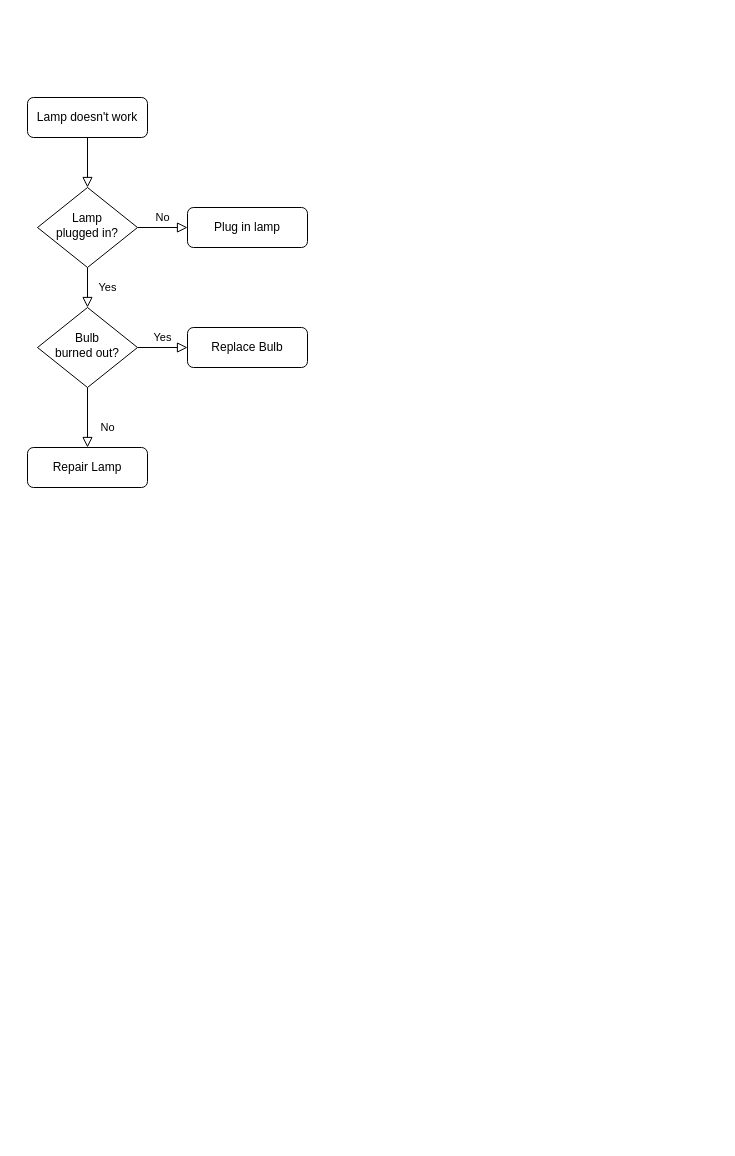
This is Diagrama sin título.drawio from RoyJavierQ/G3B_SEP1_12024, a draw.io file, before an edit. Source tidied: cells renumbered, new cells numbered last; positions are measured from the earlier drawing's top-left corner, leaving out a move shared by most shapes. Both pictures are drawn from the tidied source at 100%, with x=0, y=0 at pixel (27, 97). Pictures stored in the file or linked from it are replaced by grey dashed boxes.
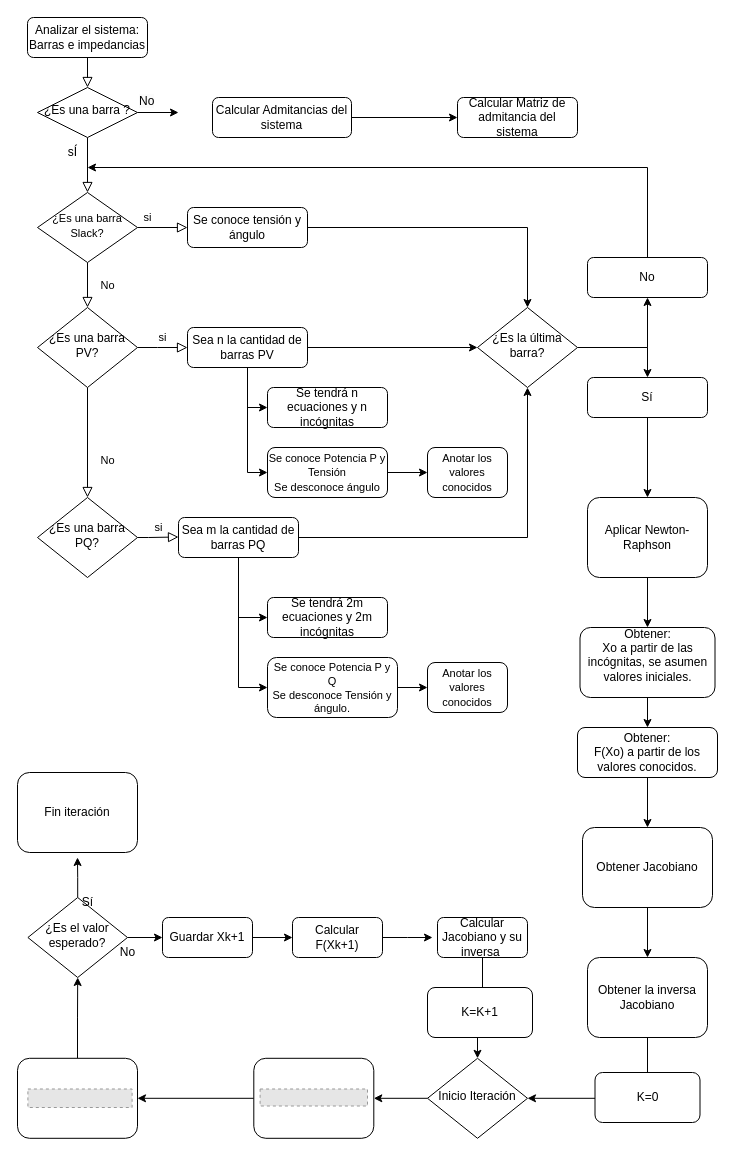
After the change.

Diff of the diagram source:
```diff
@@
-    <mxCell id="2" style="rounded=0;html=1;jettySize=auto;fontSize=11;endArrow=block;endFill=0;endSize=8;strokeWidth=1;shadow=0;labelBackgroundColor=none;edgeStyle=orthogonalEdgeStyle;" parent="1" edge="1" source="3" target="6">
+    <mxCell id="2" style="rounded=0;html=1;jettySize=auto;fontSize=11;endArrow=block;endFill=0;endSize=8;strokeWidth=1;shadow=0;labelBackgroundColor=none;edgeStyle=orthogonalEdgeStyle;" parent="1" edge="1" source="40" target="6">
       <mxGeometry relative="1" as="geometry" />
     </mxCell>
-    <mxCell id="3" value="Lamp doesn't work" style="rounded=1;whiteSpace=wrap;html=1;fontSize=12;glass=0;strokeWidth=1;shadow=0;" parent="1" vertex="1">
-      <mxGeometry width="120" height="40" as="geometry" />
+    <mxCell id="3" value="Analizar el sistema:&lt;div&gt;Barras e impedancias&lt;/div&gt;" style="rounded=1;whiteSpace=wrap;html=1;fontSize=12;glass=0;strokeWidth=1;shadow=0;" parent="1" vertex="1">
+      <mxGeometry y="-80" width="120" height="40" as="geometry" />
     </mxCell>
-    <mxCell id="4" value="Yes" style="rounded=0;html=1;jettySize=auto;fontSize=11;endArrow=block;endFill=0;endSize=8;strokeWidth=1;shadow=0;labelBackgroundColor=none;edgeStyle=orthogonalEdgeStyle;" parent="1" edge="1" source="6" target="10">
+    <mxCell id="4" value="No" style="rounded=0;html=1;jettySize=auto;fontSize=11;endArrow=block;endFill=0;endSize=8;strokeWidth=1;shadow=0;labelBackgroundColor=none;edgeStyle=orthogonalEdgeStyle;" parent="1" edge="1" source="6" target="10">
       <mxGeometry y="20" relative="1" as="geometry" />
     </mxCell>
-    <mxCell id="5" value="No" style="edgeStyle=orthogonalEdgeStyle;rounded=0;html=1;jettySize=auto;fontSize=11;endArrow=block;endFill=0;endSize=8;strokeWidth=1;shadow=0;labelBackgroundColor=none;" parent="1" edge="1" source="6" target="7">
-      <mxGeometry y="10" relative="1" as="geometry" />
+    <mxCell id="5" value="si" style="edgeStyle=orthogonalEdgeStyle;rounded=0;html=1;jettySize=auto;fontSize=11;endArrow=block;endFill=0;endSize=8;strokeWidth=1;shadow=0;labelBackgroundColor=none;" parent="1" edge="1" source="6" target="7">
+      <mxGeometry x="-0.6" y="10" relative="1" as="geometry" />
     </mxCell>
-    <mxCell id="6" value="Lamp&lt;br&gt;plugged in?" style="rhombus;whiteSpace=wrap;html=1;shadow=0;fontFamily=Helvetica;fontSize=12;align=center;strokeWidth=1;spacing=6;spacingTop=-4;" parent="1" vertex="1">
-      <mxGeometry x="10" y="90" width="100" height="80" as="geometry" />
+    <mxCell id="6" value="&lt;font style=&quot;font-size: 11px;&quot;&gt;¿Es una barra Slack?&lt;/font&gt;" style="rhombus;whiteSpace=wrap;html=1;shadow=0;fontFamily=Helvetica;fontSize=12;align=center;strokeWidth=1;spacing=6;spacingTop=-4;" parent="1" vertex="1">
+      <mxGeometry x="10" y="95" width="100" height="70" as="geometry" />
     </mxCell>
+    <mxCell id="13" style="edgeStyle=orthogonalEdgeStyle;rounded=0;jettySize=auto;html=1;entryX=0.5;entryY=0;entryDx=0;entryDy=0;" parent="1" edge="1" source="7" target="37">
+      <mxGeometry relative="1" as="geometry" />
+    </mxCell>
-    <mxCell id="7" value="Plug in lamp" style="rounded=1;whiteSpace=wrap;html=1;fontSize=12;glass=0;strokeWidth=1;shadow=0;" parent="1" vertex="1">
+    <mxCell id="7" value="Se conoce tensión y ángulo" style="rounded=1;whiteSpace=wrap;html=1;fontSize=12;glass=0;strokeWidth=1;shadow=0;" parent="1" vertex="1">
       <mxGeometry x="160" y="110" width="120" height="40" as="geometry" />
     </mxCell>
-    <mxCell id="8" value="No" style="rounded=0;html=1;jettySize=auto;fontSize=11;endArrow=block;endFill=0;endSize=8;strokeWidth=1;shadow=0;labelBackgroundColor=none;edgeStyle=orthogonalEdgeStyle;" parent="1" edge="1" source="10" target="11">
+    <mxCell id="8" value="No" style="rounded=0;html=1;jettySize=auto;fontSize=11;endArrow=block;endFill=0;endSize=8;strokeWidth=1;shadow=0;labelBackgroundColor=none;edgeStyle=orthogonalEdgeStyle;entryX=0.5;entryY=0;entryDx=0;entryDy=0;" parent="1" edge="1" source="10" target="18">
       <mxGeometry x="0.33" y="20" relative="1" as="geometry" />
     </mxCell>
-    <mxCell id="9" value="Yes" style="edgeStyle=orthogonalEdgeStyle;rounded=0;html=1;jettySize=auto;fontSize=11;endArrow=block;endFill=0;endSize=8;strokeWidth=1;shadow=0;labelBackgroundColor=none;" parent="1" edge="1" source="10" target="12">
-      <mxGeometry y="10" relative="1" as="geometry" />
+    <mxCell id="9" value="si" style="edgeStyle=orthogonalEdgeStyle;rounded=0;html=1;jettySize=auto;fontSize=11;endArrow=block;endFill=0;endSize=8;strokeWidth=1;shadow=0;labelBackgroundColor=none;" parent="1" edge="1" source="10" target="12">
+      <mxGeometry y="10" relative="1" as="geometry">
+        <Array as="points">
+          <mxPoint x="130" y="250" />
+          <mxPoint x="130" y="250" />
+        </Array>
+      </mxGeometry>
     </mxCell>
-    <mxCell id="10" value="Bulb&lt;br&gt;burned out?" style="rhombus;whiteSpace=wrap;html=1;shadow=0;fontFamily=Helvetica;fontSize=12;align=center;strokeWidth=1;spacing=6;spacingTop=-4;" parent="1" vertex="1">
+    <mxCell id="10" value="¿Es una barra PV?" style="rhombus;whiteSpace=wrap;html=1;shadow=0;fontFamily=Helvetica;fontSize=12;align=center;strokeWidth=1;spacing=6;spacingTop=-4;" parent="1" vertex="1">
       <mxGeometry x="10" y="210" width="100" height="80" as="geometry" />
     </mxCell>
-    <mxCell id="11" value="Repair Lamp" style="rounded=1;whiteSpace=wrap;html=1;fontSize=12;glass=0;strokeWidth=1;shadow=0;" parent="1" vertex="1">
-      <mxGeometry y="350" width="120" height="40" as="geometry" />
-    </mxCell>
+    <mxCell id="14" style="edgeStyle=orthogonalEdgeStyle;rounded=0;jettySize=auto;html=1;entryX=0;entryY=0.5;entryDx=0;entryDy=0;" parent="1" edge="1" source="12" target="17">
+      <mxGeometry relative="1" as="geometry" />
+    </mxCell>
+    <mxCell id="15" style="edgeStyle=orthogonalEdgeStyle;rounded=0;jettySize=auto;html=1;entryX=0;entryY=0.5;entryDx=0;entryDy=0;" parent="1" edge="1" source="12" target="28">
+      <mxGeometry relative="1" as="geometry" />
+    </mxCell>
+    <mxCell id="16" style="edgeStyle=orthogonalEdgeStyle;rounded=0;jettySize=auto;html=1;entryX=0;entryY=0.5;entryDx=0;entryDy=0;" parent="1" edge="1" source="12" target="37">
+      <mxGeometry relative="1" as="geometry" />
+    </mxCell>
-    <mxCell id="12" value="Replace Bulb" style="rounded=1;whiteSpace=wrap;html=1;fontSize=12;glass=0;strokeWidth=1;shadow=0;" parent="1" vertex="1">
+    <mxCell id="12" value="Sea n la cantidad de barras PV" style="rounded=1;whiteSpace=wrap;html=1;fontSize=12;glass=0;strokeWidth=1;shadow=0;" parent="1" vertex="1">
       <mxGeometry x="160" y="230" width="120" height="40" as="geometry" />
     </mxCell>
+    <mxCell id="17" value="Se tendrá n ecuaciones y n incógnitas" style="rounded=1;whiteSpace=wrap;html=1;fontSize=12;glass=0;strokeWidth=1;shadow=0;" parent="1" vertex="1">
+      <mxGeometry x="240" y="290" width="120" height="40" as="geometry" />
+    </mxCell>
+    <mxCell id="18" value="¿Es una barra PQ?" style="rhombus;whiteSpace=wrap;html=1;shadow=0;fontFamily=Helvetica;fontSize=12;align=center;strokeWidth=1;spacing=6;spacingTop=-4;" parent="1" vertex="1">
+      <mxGeometry x="10" y="400" width="100" height="80" as="geometry" />
+    </mxCell>
+    <mxCell id="19" value="si" style="edgeStyle=orthogonalEdgeStyle;rounded=0;html=1;jettySize=auto;fontSize=11;endArrow=block;endFill=0;endSize=8;strokeWidth=1;shadow=0;labelBackgroundColor=none;exitX=1;exitY=0.5;exitDx=0;exitDy=0;" parent="1" edge="1" source="18">
+      <mxGeometry y="10" relative="1" as="geometry">
+        <mxPoint x="151" y="439.5" as="targetPoint" />
+        <Array as="points">
+          <mxPoint x="121" y="440" />
+        </Array>
+      </mxGeometry>
+    </mxCell>
+    <mxCell id="20" style="edgeStyle=orthogonalEdgeStyle;rounded=0;jettySize=auto;html=1;entryX=0;entryY=0.5;entryDx=0;entryDy=0;" parent="1" edge="1" source="23" target="24">
+      <mxGeometry relative="1" as="geometry" />
+    </mxCell>
+    <mxCell id="21" style="edgeStyle=orthogonalEdgeStyle;rounded=0;jettySize=auto;html=1;entryX=0;entryY=0.5;entryDx=0;entryDy=0;" parent="1" edge="1" source="23" target="26">
+      <mxGeometry relative="1" as="geometry" />
+    </mxCell>
+    <mxCell id="22" style="edgeStyle=orthogonalEdgeStyle;rounded=0;jettySize=auto;html=1;entryX=0.5;entryY=1;entryDx=0;entryDy=0;" parent="1" edge="1" source="23" target="37">
+      <mxGeometry relative="1" as="geometry" />
+    </mxCell>
+    <mxCell id="23" value="Sea m la cantidad de barras PQ" style="rounded=1;whiteSpace=wrap;html=1;fontSize=12;glass=0;strokeWidth=1;shadow=0;" parent="1" vertex="1">
+      <mxGeometry x="151" y="420" width="120" height="40" as="geometry" />
+    </mxCell>
+    <mxCell id="24" value="Se tendrá 2m ecuaciones y 2m incógnitas" style="rounded=1;whiteSpace=wrap;html=1;fontSize=12;glass=0;strokeWidth=1;shadow=0;" parent="1" vertex="1">
+      <mxGeometry x="240" y="500" width="120" height="40" as="geometry" />
+    </mxCell>
+    <mxCell id="25" style="edgeStyle=orthogonalEdgeStyle;rounded=0;jettySize=auto;html=1;" parent="1" edge="1" source="26" target="49">
+      <mxGeometry relative="1" as="geometry" />
+    </mxCell>
+    <mxCell id="26" value="&lt;font style=&quot;font-size: 11px;&quot;&gt;Se conoce Potencia P y Q&lt;/font&gt;&lt;div style=&quot;font-size: 11px;&quot;&gt;&lt;font style=&quot;font-size: 11px;&quot;&gt;Se desconoce Tensión y ángulo.&lt;/font&gt;&lt;/div&gt;" style="rounded=1;whiteSpace=wrap;html=1;fontSize=12;glass=0;strokeWidth=1;shadow=0;" parent="1" vertex="1">
+      <mxGeometry x="240" y="560" width="130" height="60" as="geometry" />
+    </mxCell>
+    <mxCell id="27" style="edgeStyle=orthogonalEdgeStyle;rounded=0;jettySize=auto;html=1;entryX=0;entryY=0.5;entryDx=0;entryDy=0;" parent="1" edge="1" source="28" target="48">
+      <mxGeometry relative="1" as="geometry" />
+    </mxCell>
+    <mxCell id="28" value="&lt;font style=&quot;font-size: 11px;&quot;&gt;Se conoce Potencia P y Tensión&lt;br&gt;Se desconoce ángulo&lt;/font&gt;" style="rounded=1;whiteSpace=wrap;html=1;fontSize=12;glass=0;strokeWidth=1;shadow=0;" parent="1" vertex="1">
+      <mxGeometry x="240" y="350" width="120" height="50" as="geometry" />
+    </mxCell>
+    <mxCell id="29" style="edgeStyle=orthogonalEdgeStyle;rounded=0;jettySize=auto;html=1;entryX=0.5;entryY=1;entryDx=0;entryDy=0;" parent="1" edge="1" target="32">
+      <mxGeometry relative="1" as="geometry">
+        <mxPoint x="560" y="250" as="sourcePoint" />
+        <Array as="points">
+          <mxPoint x="620" y="250" />
+        </Array>
+      </mxGeometry>
+    </mxCell>
+    <mxCell id="30" style="edgeStyle=orthogonalEdgeStyle;rounded=0;jettySize=auto;html=1;entryX=0.5;entryY=0;entryDx=0;entryDy=0;exitX=1;exitY=0.5;exitDx=0;exitDy=0;" parent="1" edge="1" source="37" target="34">
+      <mxGeometry relative="1" as="geometry" />
+    </mxCell>
+    <mxCell id="31" style="edgeStyle=orthogonalEdgeStyle;rounded=0;jettySize=auto;html=1;" parent="1" edge="1" source="32">
+      <mxGeometry relative="1" as="geometry">
+        <mxPoint x="60" y="70" as="targetPoint" />
+        <Array as="points">
+          <mxPoint x="620" y="70" />
+        </Array>
+      </mxGeometry>
+    </mxCell>
+    <mxCell id="32" value="No" style="rounded=1;whiteSpace=wrap;html=1;fontSize=12;glass=0;strokeWidth=1;shadow=0;" parent="1" vertex="1">
+      <mxGeometry x="560" y="160" width="120" height="40" as="geometry" />
+    </mxCell>
+    <mxCell id="33" style="edgeStyle=orthogonalEdgeStyle;rounded=0;jettySize=auto;html=1;entryX=0.5;entryY=0;entryDx=0;entryDy=0;" parent="1" edge="1" source="34" target="36">
+      <mxGeometry relative="1" as="geometry" />
+    </mxCell>
+    <mxCell id="34" value="Sí" style="rounded=1;whiteSpace=wrap;html=1;fontSize=12;glass=0;strokeWidth=1;shadow=0;" parent="1" vertex="1">
+      <mxGeometry x="560" y="280" width="120" height="40" as="geometry" />
+    </mxCell>
+    <mxCell id="35" style="edgeStyle=orthogonalEdgeStyle;rounded=0;jettySize=auto;html=1;entryX=0.5;entryY=0;entryDx=0;entryDy=0;" parent="1" edge="1" source="36" target="47">
+      <mxGeometry relative="1" as="geometry" />
+    </mxCell>
+    <mxCell id="36" value="Aplicar Newton-Raphson" style="rounded=1;whiteSpace=wrap;html=1;fontSize=12;glass=0;strokeWidth=1;shadow=0;" parent="1" vertex="1">
+      <mxGeometry x="560" y="400" width="120" height="80" as="geometry" />
+    </mxCell>
+    <mxCell id="37" value="¿Es la última barra?" style="rhombus;whiteSpace=wrap;html=1;shadow=0;fontFamily=Helvetica;fontSize=12;align=center;strokeWidth=1;spacing=6;spacingTop=-4;" parent="1" vertex="1">
+      <mxGeometry x="450" y="210" width="100" height="80" as="geometry" />
+    </mxCell>
+    <mxCell id="38" style="rounded=0;html=1;jettySize=auto;fontSize=11;endArrow=block;endFill=0;endSize=8;strokeWidth=1;shadow=0;labelBackgroundColor=none;edgeStyle=orthogonalEdgeStyle;" parent="1" edge="1" source="3" target="40">
+      <mxGeometry relative="1" as="geometry" />
+    </mxCell>
+    <mxCell id="39" style="edgeStyle=orthogonalEdgeStyle;rounded=0;jettySize=auto;html=1;entryX=0;entryY=0.5;entryDx=0;entryDy=0;" parent="1" edge="1" source="40">
+      <mxGeometry relative="1" as="geometry">
+        <mxPoint x="151" y="15" as="targetPoint" />
+      </mxGeometry>
+    </mxCell>
+    <mxCell id="40" value="¿Es una barra ?" style="rhombus;whiteSpace=wrap;html=1;shadow=0;fontFamily=Helvetica;fontSize=12;align=center;strokeWidth=1;spacing=6;spacingTop=-4;" parent="1" vertex="1">
+      <mxGeometry x="10" y="-10" width="100" height="50" as="geometry" />
+    </mxCell>
+    <mxCell id="41" value="sÍ" style="text;html=1;align=center;verticalAlign=middle;strokeColor=none;fillColor=none;" parent="1" vertex="1">
+      <mxGeometry x="30" y="40" width="30" height="30" as="geometry" />
+    </mxCell>
+    <mxCell id="42" style="edgeStyle=orthogonalEdgeStyle;rounded=0;jettySize=auto;html=1;entryX=0;entryY=0.5;entryDx=0;entryDy=0;" parent="1" edge="1" source="43" target="45">
+      <mxGeometry relative="1" as="geometry" />
+    </mxCell>
+    <mxCell id="43" value="Calcular Admitancias del sistema" style="rounded=1;whiteSpace=wrap;html=1;fontSize=12;glass=0;strokeWidth=1;shadow=0;" parent="1" vertex="1">
+      <mxGeometry x="185" width="139" height="40" as="geometry" />
+    </mxCell>
+    <mxCell id="44" value="&lt;span style=&quot;color: rgb(0, 0, 0); font-family: Helvetica; font-size: 12px; font-style: normal; font-variant-ligatures: normal; font-variant-caps: normal; font-weight: 400; letter-spacing: normal; orphans: 2; text-align: center; text-indent: 0px; text-transform: none; widows: 2; word-spacing: 0px; -webkit-text-stroke-width: 0px; white-space: nowrap; background-color: rgb(251, 251, 251); text-decoration-thickness: initial; text-decoration-style: initial; text-decoration-color: initial; display: inline !important; float: none;&quot;&gt;No&lt;/span&gt;" style="text;whiteSpace=wrap;html=1;" parent="1" vertex="1">
+      <mxGeometry x="110" y="-10" width="40" height="40" as="geometry" />
+    </mxCell>
+    <mxCell id="45" value="Calcular Matriz de admitancia del sistema" style="rounded=1;whiteSpace=wrap;html=1;fontSize=12;glass=0;strokeWidth=1;shadow=0;" parent="1" vertex="1">
+      <mxGeometry x="430" width="120" height="40" as="geometry" />
+    </mxCell>
+    <mxCell id="46" style="edgeStyle=orthogonalEdgeStyle;rounded=0;jettySize=auto;html=1;entryX=0.5;entryY=0;entryDx=0;entryDy=0;" parent="1" edge="1" source="47" target="55">
+      <mxGeometry relative="1" as="geometry" />
+    </mxCell>
+    <mxCell id="47" value="&lt;div&gt;Obtener:&lt;/div&gt;Xo a partir de las incógnitas, se asumen valores iniciales.&lt;div&gt;&lt;br&gt;&lt;/div&gt;" style="rounded=1;whiteSpace=wrap;html=1;fontSize=12;glass=0;strokeWidth=1;shadow=0;" parent="1" vertex="1">
+      <mxGeometry x="552.5" y="530" width="135" height="70" as="geometry" />
+    </mxCell>
+    <mxCell id="48" value="&lt;span style=&quot;font-size: 11px;&quot;&gt;Anotar los valores conocidos&lt;/span&gt;" style="rounded=1;whiteSpace=wrap;html=1;fontSize=12;glass=0;strokeWidth=1;shadow=0;" parent="1" vertex="1">
+      <mxGeometry x="400" y="350" width="80" height="50" as="geometry" />
+    </mxCell>
+    <mxCell id="49" value="&lt;span style=&quot;font-size: 11px;&quot;&gt;Anotar los valores conocidos&lt;/span&gt;" style="rounded=1;whiteSpace=wrap;html=1;fontSize=12;glass=0;strokeWidth=1;shadow=0;" parent="1" vertex="1">
+      <mxGeometry x="400" y="565" width="80" height="50" as="geometry" />
+    </mxCell>
+    <mxCell id="50" style="edgeStyle=orthogonalEdgeStyle;rounded=0;jettySize=auto;html=1;entryX=0.5;entryY=0;entryDx=0;entryDy=0;" parent="1" edge="1" source="51" target="53">
+      <mxGeometry relative="1" as="geometry" />
+    </mxCell>
+    <mxCell id="51" value="Obtener Jacobiano" style="rounded=1;whiteSpace=wrap;html=1;fontSize=12;glass=0;strokeWidth=1;shadow=0;" parent="1" vertex="1">
+      <mxGeometry x="555" y="730" width="130" height="80" as="geometry" />
+    </mxCell>
+    <mxCell id="52" style="edgeStyle=orthogonalEdgeStyle;rounded=0;jettySize=auto;html=1;entryX=1;entryY=0.5;entryDx=0;entryDy=0;" parent="1" edge="1" source="53" target="69">
+      <mxGeometry relative="1" as="geometry">
+        <Array as="points">
+          <mxPoint x="620" y="1001" />
+        </Array>
+      </mxGeometry>
+    </mxCell>
+    <mxCell id="53" value="Obtener la inversa Jacobiano" style="rounded=1;whiteSpace=wrap;html=1;fontSize=12;glass=0;strokeWidth=1;shadow=0;" parent="1" vertex="1">
+      <mxGeometry x="560" y="860" width="120" height="80" as="geometry" />
+    </mxCell>
+    <mxCell id="54" style="edgeStyle=orthogonalEdgeStyle;rounded=0;jettySize=auto;html=1;entryX=0.5;entryY=0;entryDx=0;entryDy=0;" parent="1" edge="1" source="55" target="51">
+      <mxGeometry relative="1" as="geometry" />
+    </mxCell>
+    <mxCell id="55" value="&lt;div&gt;Obtener:&lt;/div&gt;&lt;div&gt;&lt;span style=&quot;background-color: initial;&quot;&gt;F(Xo) a partir de los valores conocidos.&lt;/span&gt;&lt;/div&gt;" style="rounded=1;whiteSpace=wrap;html=1;fontSize=12;glass=0;strokeWidth=1;shadow=0;" parent="1" vertex="1">
+      <mxGeometry x="550" y="630" width="140" height="50" as="geometry" />
+    </mxCell>
+    <mxCell id="56" style="edgeStyle=orthogonalEdgeStyle;rounded=0;jettySize=auto;html=1;entryX=1;entryY=0.5;entryDx=0;entryDy=0;" parent="1" edge="1" source="57" target="60">
+      <mxGeometry relative="1" as="geometry" />
+    </mxCell>
+    <mxCell id="57" value="&lt;div&gt;&lt;br&gt;&lt;/div&gt;&lt;div&gt;&lt;br&gt;&lt;/div&gt;" style="rounded=1;whiteSpace=wrap;html=1;fontSize=12;glass=0;strokeWidth=1;shadow=0;" parent="1" vertex="1">
+      <mxGeometry x="226.3" y="960.8" width="120" height="80" as="geometry" />
+    </mxCell>
+    <mxCell id="58" style="fillColor=#E6E6E6;strokeColor=#999999;dashed=1;verticalLabelPosition=bottom;labelBackgroundColor=default;verticalAlign=top;" parent="1" vertex="1">
+      <mxGeometry x="232.6" y="991.5" width="107.4" height="17" as="geometry" />
+    </mxCell>
+    <mxCell id="59" style="edgeStyle=orthogonalEdgeStyle;rounded=0;jettySize=auto;html=1;entryX=0.5;entryY=1;entryDx=0;entryDy=0;" parent="1" edge="1" source="60" target="65">
+      <mxGeometry relative="1" as="geometry" />
+    </mxCell>
+    <mxCell id="60" value="&lt;div&gt;&lt;br&gt;&lt;/div&gt;&lt;div&gt;&lt;br&gt;&lt;/div&gt;" style="rounded=1;whiteSpace=wrap;html=1;fontSize=12;glass=0;strokeWidth=1;shadow=0;" parent="1" vertex="1">
+      <mxGeometry x="-10" y="960.8" width="120" height="80" as="geometry" />
+    </mxCell>
+    <mxCell id="61" style="fillColor=#E6E6E6;strokeColor=#999999;dashed=1;verticalLabelPosition=bottom;labelBackgroundColor=default;verticalAlign=top;" parent="1" vertex="1">
+      <mxGeometry x="0.4" y="991.5" width="104.2" height="18.5" as="geometry" />
+    </mxCell>
+    <mxCell id="62" style="edgeStyle=orthogonalEdgeStyle;rounded=0;orthogonalLoop=1;jettySize=auto;html=1;exitX=0.5;exitY=1;exitDx=0;exitDy=0;" parent="1" edge="1" source="58" target="58">
+      <mxGeometry relative="1" as="geometry" />
+    </mxCell>
+    <mxCell id="63" style="edgeStyle=orthogonalEdgeStyle;rounded=0;jettySize=auto;html=1;" parent="1" edge="1" source="65">
+      <mxGeometry relative="1" as="geometry">
+        <mxPoint x="50" y="760" as="targetPoint" />
+      </mxGeometry>
+    </mxCell>
+    <mxCell id="64" style="edgeStyle=orthogonalEdgeStyle;rounded=0;jettySize=auto;html=1;entryX=0;entryY=0.5;entryDx=0;entryDy=0;exitX=1;exitY=0.5;exitDx=0;exitDy=0;" parent="1" edge="1" source="65" target="73">
+      <mxGeometry relative="1" as="geometry" />
+    </mxCell>
+    <mxCell id="65" value="¿Es el valor esperado?" style="rhombus;whiteSpace=wrap;html=1;shadow=0;fontFamily=Helvetica;fontSize=12;align=center;strokeWidth=1;spacing=6;spacingTop=-4;" parent="1" vertex="1">
+      <mxGeometry x="0.4" y="800" width="99.6" height="80" as="geometry" />
+    </mxCell>
+    <mxCell id="66" style="edgeStyle=orthogonalEdgeStyle;rounded=0;orthogonalLoop=1;jettySize=auto;html=1;exitX=0.5;exitY=1;exitDx=0;exitDy=0;" parent="1" edge="1" source="61" target="61">
+      <mxGeometry relative="1" as="geometry" />
+    </mxCell>
+    <mxCell id="67" value="&lt;div&gt;Fin iteración&lt;/div&gt;" style="rounded=1;whiteSpace=wrap;html=1;fontSize=12;glass=0;strokeWidth=1;shadow=0;" parent="1" vertex="1">
+      <mxGeometry x="-10" y="675" width="120" height="80" as="geometry" />
+    </mxCell>
+    <mxCell id="68" style="edgeStyle=orthogonalEdgeStyle;rounded=0;jettySize=auto;html=1;exitX=0;exitY=0.5;exitDx=0;exitDy=0;" parent="1" edge="1" source="69" target="57">
+      <mxGeometry relative="1" as="geometry" />
+    </mxCell>
+    <mxCell id="69" value="Inicio Iteración" style="rhombus;whiteSpace=wrap;html=1;shadow=0;fontFamily=Helvetica;fontSize=12;align=center;strokeWidth=1;spacing=6;spacingTop=-4;" parent="1" vertex="1">
+      <mxGeometry x="400" y="960.8" width="100" height="80" as="geometry" />
+    </mxCell>
+    <mxCell id="70" value="Sí" style="text;html=1;align=center;verticalAlign=middle;strokeColor=none;fillColor=none;" parent="1" vertex="1">
+      <mxGeometry x="45" y="790" width="30" height="30" as="geometry" />
+    </mxCell>
+    <mxCell id="71" value="K=0" style="rounded=1;whiteSpace=wrap;html=1;fontSize=12;glass=0;strokeWidth=1;shadow=0;" parent="1" vertex="1">
+      <mxGeometry x="567.5" y="975" width="105" height="50" as="geometry" />
+    </mxCell>
+    <mxCell id="72" style="edgeStyle=orthogonalEdgeStyle;rounded=0;jettySize=auto;html=1;entryX=0;entryY=0.5;entryDx=0;entryDy=0;" parent="1" edge="1" source="73" target="75">
+      <mxGeometry relative="1" as="geometry" />
+    </mxCell>
+    <mxCell id="73" value="Guardar Xk+1" style="rounded=1;whiteSpace=wrap;html=1;fontSize=12;glass=0;strokeWidth=1;shadow=0;" parent="1" vertex="1">
+      <mxGeometry x="135" y="820" width="90" height="40" as="geometry" />
+    </mxCell>
+    <mxCell id="74" style="edgeStyle=orthogonalEdgeStyle;rounded=0;jettySize=auto;html=1;" parent="1" edge="1" source="75">
+      <mxGeometry relative="1" as="geometry">
+        <mxPoint x="405" y="840" as="targetPoint" />
+      </mxGeometry>
+    </mxCell>
+    <mxCell id="75" value="Calcular F(Xk+1)" style="rounded=1;whiteSpace=wrap;html=1;fontSize=12;glass=0;strokeWidth=1;shadow=0;" parent="1" vertex="1">
+      <mxGeometry x="265" y="820" width="90" height="40" as="geometry" />
+    </mxCell>
+    <mxCell id="76" style="edgeStyle=orthogonalEdgeStyle;rounded=0;jettySize=auto;html=1;entryX=0.5;entryY=0;entryDx=0;entryDy=0;" parent="1" edge="1" source="77" target="69">
+      <mxGeometry relative="1" as="geometry" />
+    </mxCell>
+    <mxCell id="77" value="Calcular Jacobiano y su inversa&amp;nbsp;" style="rounded=1;whiteSpace=wrap;html=1;fontSize=12;glass=0;strokeWidth=1;shadow=0;" parent="1" vertex="1">
+      <mxGeometry x="410" y="820" width="90" height="40" as="geometry" />
+    </mxCell>
+    <mxCell id="78" value="No" style="text;html=1;align=center;verticalAlign=middle;strokeColor=none;fillColor=none;" parent="1" vertex="1">
+      <mxGeometry x="80" y="840" width="40" height="30" as="geometry" />
+    </mxCell>
+    <mxCell id="79" value="K=K+1" style="rounded=1;whiteSpace=wrap;html=1;fontSize=12;glass=0;strokeWidth=1;shadow=0;" parent="1" vertex="1">
+      <mxGeometry x="400" y="890" width="105" height="50" as="geometry" />
+    </mxCell>
```
